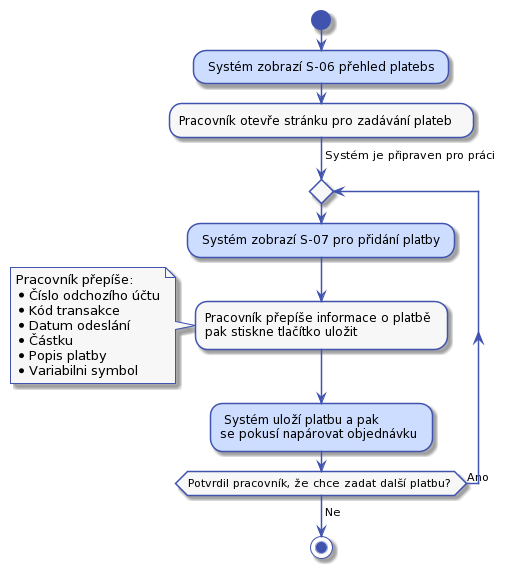
The PlantUML diagram docs/diagrams/out/uc-400-activity.png in Internet-Handel/postman, before a commit. The source it was exported from:
```plantuml
@startuml



skinparam activity {
    BorderColor #4053AF
    ArrowColor #4053AF
    FontName Roboto
    BackgroundColor #F7F7F7
    StartColor #4053AF
    EndColor #4053AF
}

skinparam activityDiamond {
    BorderColor #4053AF
    ArrowColor #4053AF
    FontName Roboto
    BackgroundColor #F7F7F7
}

skinparam actor {
    BorderColor #4053AF
    ArrowColor #4053AF
    FontName Roboto
    BackgroundColor #F7F7F7
}

skinparam useCase {
    BorderColor #4053AF
    ArrowColor #4053AF
    FontName Roboto
    BackgroundColor #F7F7F7
}

skinparam state {
    BorderColor #4053AF
    ArrowColor #4053AF
    FontName Roboto
    BackgroundColor #F7F7F7
}

skinparam sequence {
    ParticipantBorderColor #4053AF
    ParticipantBackgroundColor #F7F7F7
}

skinparam note {
    BorderColor #4053AF
    BackgroundColor #F7F7F7
}

skinparam object {
    BorderColor #4053AF
    BackgroundColor #F7F7F7
}

skinparam class {
    BorderColor #4053AF
    BackgroundColor #F7F7F7
}


start

#CDDDFF: Systém zobrazí S-06 přehled platebs;

:Pracovník otevře stránku pro zadávání plateb;

-> Systém je připraven pro práci;

repeat
    #CDDDFF: Systém zobrazí S-07 pro přidání platby;
    :Pracovník přepíše informace o platbě
    pak stiskne tlačítko uložit;
note left
    Pracovník přepíše:
    * Číslo odchozího účtu
    * Kód transakce
    * Datum odeslání
    * Částku
    * Popis platby
    * Variabilni symbol
end note
#CDDDFF: Systém uloží platbu a pak
se pokusí napárovat objednávku;
repeat while (Potvrdil pracovník, že chce zadat další platbu?) is (Ano)
->Ne;

stop
@enduml
```
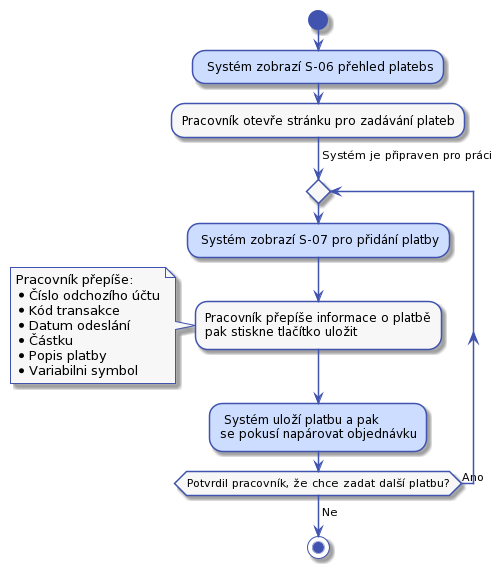
Above is the later version.

The edit, as a diff of the source:
```diff
@@ -1,75 +1,78 @@
 @startuml
+!$col1 = "#F7F7F7"
 
+!$col2 = "#CDDDFF"
 
+!$col4 = "#4053AF"
 
 skinparam activity {
-    BorderColor #4053AF
-    ArrowColor #4053AF
+    BorderColor $col4
+    ArrowColor $col4
     FontName Roboto
-    BackgroundColor #F7F7F7
-    StartColor #4053AF
-    EndColor #4053AF
+    BackgroundColor $col1
+    StartColor $col4
+    EndColor $col4
 }
 
 skinparam activityDiamond {
-    BorderColor #4053AF
-    ArrowColor #4053AF
+    BorderColor $col4
+    ArrowColor $col4
     FontName Roboto
-    BackgroundColor #F7F7F7
+    BackgroundColor $col1
 }
 
 skinparam actor {
-    BorderColor #4053AF
-    ArrowColor #4053AF
+    BorderColor $col4
+    ArrowColor $col4
     FontName Roboto
-    BackgroundColor #F7F7F7
+    BackgroundColor $col1
 }
 
 skinparam useCase {
-    BorderColor #4053AF
-    ArrowColor #4053AF
+    BorderColor $col4
+    ArrowColor $col4
     FontName Roboto
-    BackgroundColor #F7F7F7
+    BackgroundColor $col1
 }
 
 skinparam state {
-    BorderColor #4053AF
-    ArrowColor #4053AF
+    BorderColor $col4
+    ArrowColor $col4
     FontName Roboto
-    BackgroundColor #F7F7F7
+    BackgroundColor $col1
 }
 
 skinparam sequence {
-    ParticipantBorderColor #4053AF
-    ParticipantBackgroundColor #F7F7F7
+    ParticipantBorderColor $col4
+    ParticipantBackgroundColor $col1
 }
 
 skinparam note {
-    BorderColor #4053AF
-    BackgroundColor #F7F7F7
+    BorderColor $col4
+    BackgroundColor $col1
 }
 
 skinparam object {
-    BorderColor #4053AF
-    BackgroundColor #F7F7F7
+    BorderColor $col4
+    BackgroundColor $col1
 }
 
 skinparam class {
-    BorderColor #4053AF
-    BackgroundColor #F7F7F7
+    BorderColor $col4
+    BackgroundColor $col1
 }
 
 
 start
 
-#CDDDFF: Systém zobrazí S-06 přehled platebs;
+$col2: Systém zobrazí S-06 přehled platebs;
 
 :Pracovník otevře stránku pro zadávání plateb;
 
 -> Systém je připraven pro práci;
 
 repeat
-    #CDDDFF: Systém zobrazí S-07 pro přidání platby;
+    $col2: Systém zobrazí S-07 pro přidání platby;
     :Pracovník přepíše informace o platbě
     pak stiskne tlačítko uložit;
 note left
@@ -81,7 +84,7 @@
     * Popis platby
     * Variabilni symbol
 end note
-#CDDDFF: Systém uloží platbu a pak
+$col2: Systém uloží platbu a pak
 se pokusí napárovat objednávku;
 repeat while (Potvrdil pracovník, že chce zadat další platbu?) is (Ano)
 ->Ne;
```
